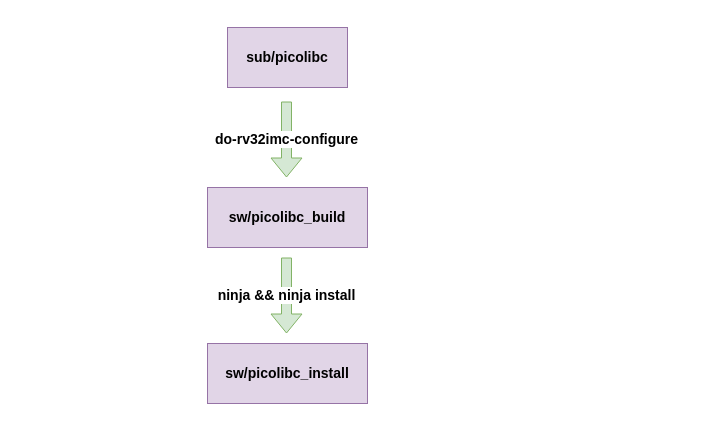
epsilon537/boxlambda keeps this draw.io diagram as docs/assets/building_picolibc.drawio. Above is the earlier version. Source tidied: cells renumbered, new cells numbered last; positions are measured from the earlier drawing's top-left corner, leaving out a move shared by most shapes. Both pictures are drawn from the tidied source at 100%, with x=0, y=0 at pixel (17, 17).
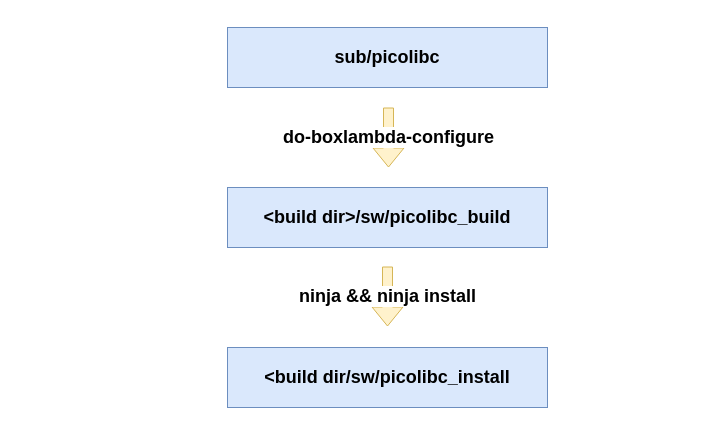
The same diagram, later.

The edit, as a diff of the source:
```diff
@@
 <mxGraphModel>
   <root>
     <mxCell id="0" />
     <mxCell id="1" parent="0" />
-    <mxCell id="2" style="rounded=0;whiteSpace=wrap;html=1;fontSize=14;strokeColor=none;fillColor=none;" parent="1" vertex="1">
-      <mxGeometry width="570" height="400" as="geometry" />
-    </mxCell>
+    <mxCell id="8" style="rounded=0;whiteSpace=wrap;html=1;fillColor=none;strokeColor=none;" parent="1" vertex="1">
+      <mxGeometry x="50" y="170" width="640" height="60" as="geometry" />
+    </mxCell>
-    <mxCell id="3" value="sub/picolibc" style="rounded=0;whiteSpace=wrap;html=1;fontSize=14;fontStyle=1;fillColor=#e1d5e7;strokeColor=#9673a6;" parent="1" vertex="1">
-      <mxGeometry x="210" y="10" width="120" height="60" as="geometry" />
+    <mxCell id="3" value="sub/picolibc" style="rounded=0;whiteSpace=wrap;html=1;fontSize=18;fontStyle=1;fillColor=#dae8fc;strokeColor=#6c8ebf;" parent="1" vertex="1">
+      <mxGeometry x="210" y="10" width="320" height="60" as="geometry" />
     </mxCell>
-    <mxCell id="4" value="do-rv32imc-configure" style="shape=flexArrow;endArrow=classic;html=1;rounded=0;fontSize=14;fontStyle=1;fillColor=#d5e8d4;strokeColor=#82b366;" parent="1" edge="1">
-      <mxGeometry relative="1" as="geometry">
-        <mxPoint x="269" y="84" as="sourcePoint" />
-        <mxPoint x="269" y="160" as="targetPoint" />
-      </mxGeometry>
-    </mxCell>
-    <mxCell id="5" value="sw/picolibc_build" style="rounded=0;whiteSpace=wrap;html=1;fontSize=14;fontStyle=1;fillColor=#e1d5e7;strokeColor=#9673a6;" parent="1" vertex="1">
-      <mxGeometry x="190" y="170" width="160" height="60" as="geometry" />
-    </mxCell>
+    <mxCell id="9" value="do-boxlambda-configure" style="shape=flexArrow;endArrow=classic;html=1;rounded=0;fontSize=18;fontStyle=1;fillColor=#fff2cc;strokeColor=#d6b656;" parent="1" edge="1">
+      <mxGeometry relative="1" as="geometry">
+        <mxPoint x="371" y="90" as="sourcePoint" />
+        <mxPoint x="371" y="150" as="targetPoint" />
+      </mxGeometry>
+    </mxCell>
+    <mxCell id="10" value="&amp;lt;build dir&amp;gt;/sw/picolibc_build" style="rounded=0;whiteSpace=wrap;html=1;fontSize=18;fontStyle=1;fillColor=#dae8fc;strokeColor=#6c8ebf;" parent="1" vertex="1">
+      <mxGeometry x="210" y="170" width="320" height="60" as="geometry" />
+    </mxCell>
-    <mxCell id="6" value="ninja &amp;amp;&amp;amp; ninja install" style="shape=flexArrow;endArrow=classic;html=1;rounded=0;fontSize=14;fontStyle=1;fillColor=#d5e8d4;strokeColor=#82b366;" parent="1" edge="1">
+    <mxCell id="6" value="ninja &amp;amp;&amp;amp; ninja install" style="shape=flexArrow;endArrow=classic;html=1;rounded=0;fontSize=18;fontStyle=1;fillColor=#fff2cc;strokeColor=#d6b656;" parent="1" edge="1">
       <mxGeometry relative="1" as="geometry">
-        <mxPoint x="269" y="240" as="sourcePoint" />
-        <mxPoint x="269" y="316" as="targetPoint" />
+        <mxPoint x="370" y="249" as="sourcePoint" />
+        <mxPoint x="370" y="309" as="targetPoint" />
       </mxGeometry>
     </mxCell>
-    <mxCell id="7" value="sw/picolibc_install" style="rounded=0;whiteSpace=wrap;html=1;fontSize=14;fontStyle=1;fillColor=#e1d5e7;strokeColor=#9673a6;" parent="1" vertex="1">
-      <mxGeometry x="190" y="326" width="160" height="60" as="geometry" />
-    </mxCell>
+    <mxCell id="11" value="&amp;lt;build dir/sw/picolibc_install" style="rounded=0;whiteSpace=wrap;html=1;fontSize=18;fontStyle=1;fillColor=#dae8fc;strokeColor=#6c8ebf;" parent="1" vertex="1">
+      <mxGeometry x="210" y="330" width="320" height="60" as="geometry" />
+    </mxCell>
   </root>
 </mxGraphModel>
```
